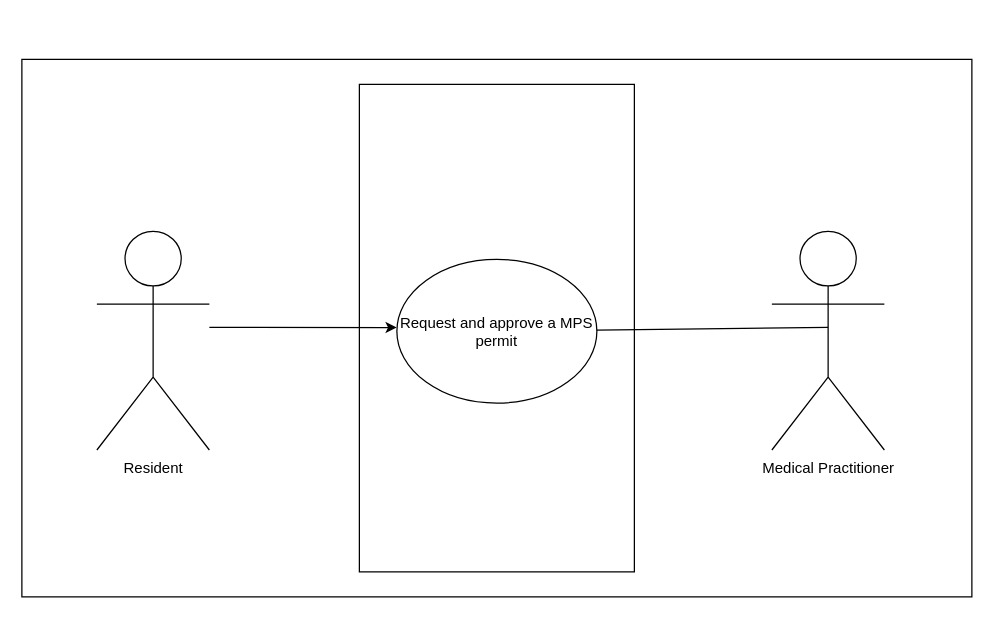
MysaQ1/MysaQ1 keeps this draw.io diagram as CaseStudy1.drawio. Above is the earlier version. Source tidied: cells renumbered, new cells numbered last; positions are measured from the earlier drawing's top-left corner, leaving out a move shared by most shapes. Both pictures are drawn from the tidied source at 125%, with x=0, y=0 at pixel (21, 59).
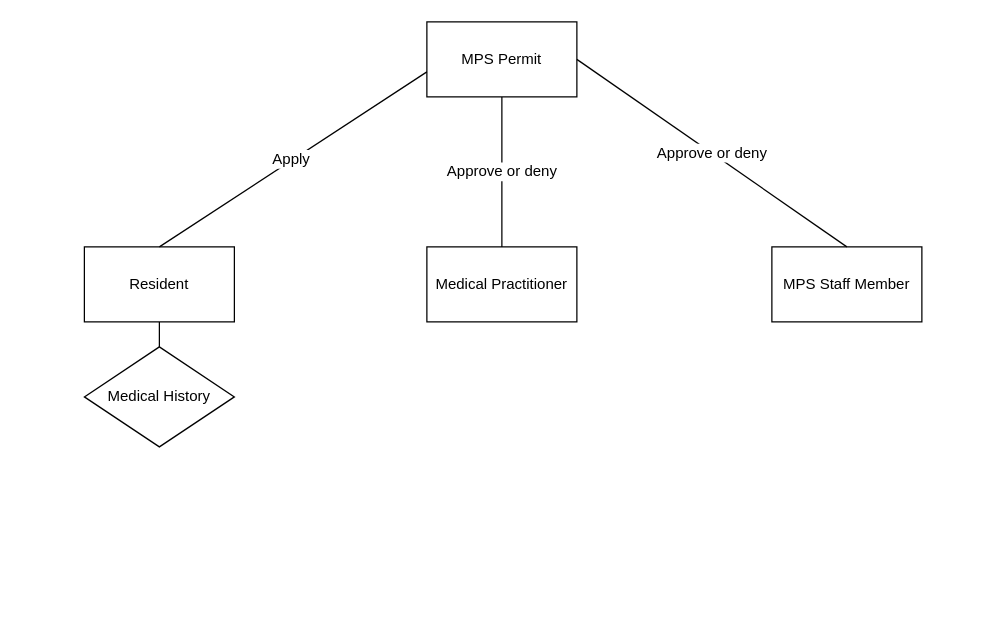
The same page after the edit.

Diff of the diagram source:
```diff
@@
 <mxGraphModel>
   <root>
     <mxCell id="0" />
     <mxCell id="1" parent="0" />
-    <mxCell id="2" style="rounded=0;whiteSpace=wrap;html=1;" parent="1" vertex="1">
-      <mxGeometry width="760" height="430" as="geometry" />
-    </mxCell>
-    <mxCell id="3" style="rounded=0;whiteSpace=wrap;html=1;" parent="1" vertex="1">
-      <mxGeometry x="270" y="20" width="220" height="390" as="geometry" />
-    </mxCell>
-    <mxCell id="4" value="Request and approve a MPS permit" style="ellipse;whiteSpace=wrap;html=1;" parent="1" vertex="1">
-      <mxGeometry x="300" y="160" width="160" height="115" as="geometry" />
-    </mxCell>
+    <mxCell id="6" value="Resident" style="rounded=0;whiteSpace=wrap;html=1;" parent="1" vertex="1">
+      <mxGeometry x="50" y="150" width="120" height="60" as="geometry" />
+    </mxCell>
-    <mxCell id="5" value="Medical Practitioner" style="shape=umlActor;verticalLabelPosition=bottom;verticalAlign=top;html=1;outlineConnect=0;" parent="1" vertex="1">
-      <mxGeometry x="600" y="137.5" width="90" height="175" as="geometry" />
+    <mxCell id="5" value="Medical Practitioner" style="rounded=0;whiteSpace=wrap;html=1;" parent="1" vertex="1">
+      <mxGeometry x="324" y="150" width="120" height="60" as="geometry" />
     </mxCell>
-    <mxCell id="6" value="Resident" style="shape=umlActor;verticalLabelPosition=bottom;verticalAlign=top;html=1;outlineConnect=0;" parent="1" vertex="1">
-      <mxGeometry x="60" y="137.5" width="90" height="175" as="geometry" />
-    </mxCell>
-    <mxCell id="7" style="endArrow=classic;html=1;rounded=0;entryX=0.136;entryY=0.526;entryDx=0;entryDy=0;entryPerimeter=0;" parent="1" edge="1">
-      <mxGeometry relative="1" as="geometry">
-        <mxPoint x="150" y="214.4" as="sourcePoint" />
-        <mxPoint x="299.9" y="214.5" as="targetPoint" />
-      </mxGeometry>
-    </mxCell>
-    <mxCell id="8" style="endArrow=none;html=1;rounded=0;entryX=0.5;entryY=0.5;entryDx=0;entryDy=0;entryPerimeter=0;" parent="1" edge="1" source="4">
-      <mxGeometry relative="1" as="geometry">
-        <mxPoint x="645" y="214.4" as="targetPoint" />
-      </mxGeometry>
-    </mxCell>
+    <mxCell id="9" value="MPS Staff Member" style="rounded=0;whiteSpace=wrap;html=1;" parent="1" vertex="1">
+      <mxGeometry x="600" y="150" width="120" height="60" as="geometry" />
+    </mxCell>
+    <mxCell id="10" value="MPS Permit" style="rounded=0;whiteSpace=wrap;html=1;" parent="1" vertex="1">
+      <mxGeometry x="324" y="-30" width="120" height="60" as="geometry" />
+    </mxCell>
+    <mxCell id="11" value="Apply&amp;nbsp;" style="endArrow=none;html=1;rounded=0;fontSize=12;startSize=8;endSize=8;curved=1;exitX=0.5;exitY=0;exitDx=0;exitDy=0;" parent="1" edge="1" source="6">
+      <mxGeometry relative="1" as="geometry">
+        <mxPoint x="324" y="10" as="targetPoint" />
+      </mxGeometry>
+    </mxCell>
+    <mxCell id="12" value="Approve or deny" style="endArrow=none;html=1;rounded=0;fontSize=12;startSize=8;endSize=8;curved=1;exitX=0.5;exitY=0;exitDx=0;exitDy=0;entryX=0.5;entryY=1;entryDx=0;entryDy=0;" parent="1" edge="1" source="5" target="10">
+      <mxGeometry relative="1" as="geometry" />
+    </mxCell>
+    <mxCell id="13" value="Approve or deny" style="endArrow=none;html=1;rounded=0;fontSize=12;startSize=8;endSize=8;curved=1;entryX=0.5;entryY=0;entryDx=0;entryDy=0;exitX=1;exitY=0.5;exitDx=0;exitDy=0;" parent="1" edge="1" source="10" target="9">
+      <mxGeometry relative="1" as="geometry" />
+    </mxCell>
+    <mxCell id="14" value="Medical History" style="rhombus;whiteSpace=wrap;html=1;" parent="1" vertex="1">
+      <mxGeometry x="50" y="230" width="120" height="80" as="geometry" />
+    </mxCell>
+    <mxCell id="15" style="endArrow=none;html=1;rounded=0;fontSize=12;startSize=8;endSize=8;curved=1;exitX=0.5;exitY=0;exitDx=0;exitDy=0;" parent="1" edge="1" source="14">
+      <mxGeometry relative="1" as="geometry">
+        <mxPoint x="110" y="210" as="targetPoint" />
+      </mxGeometry>
+    </mxCell>
   </root>
 </mxGraphModel>
```
